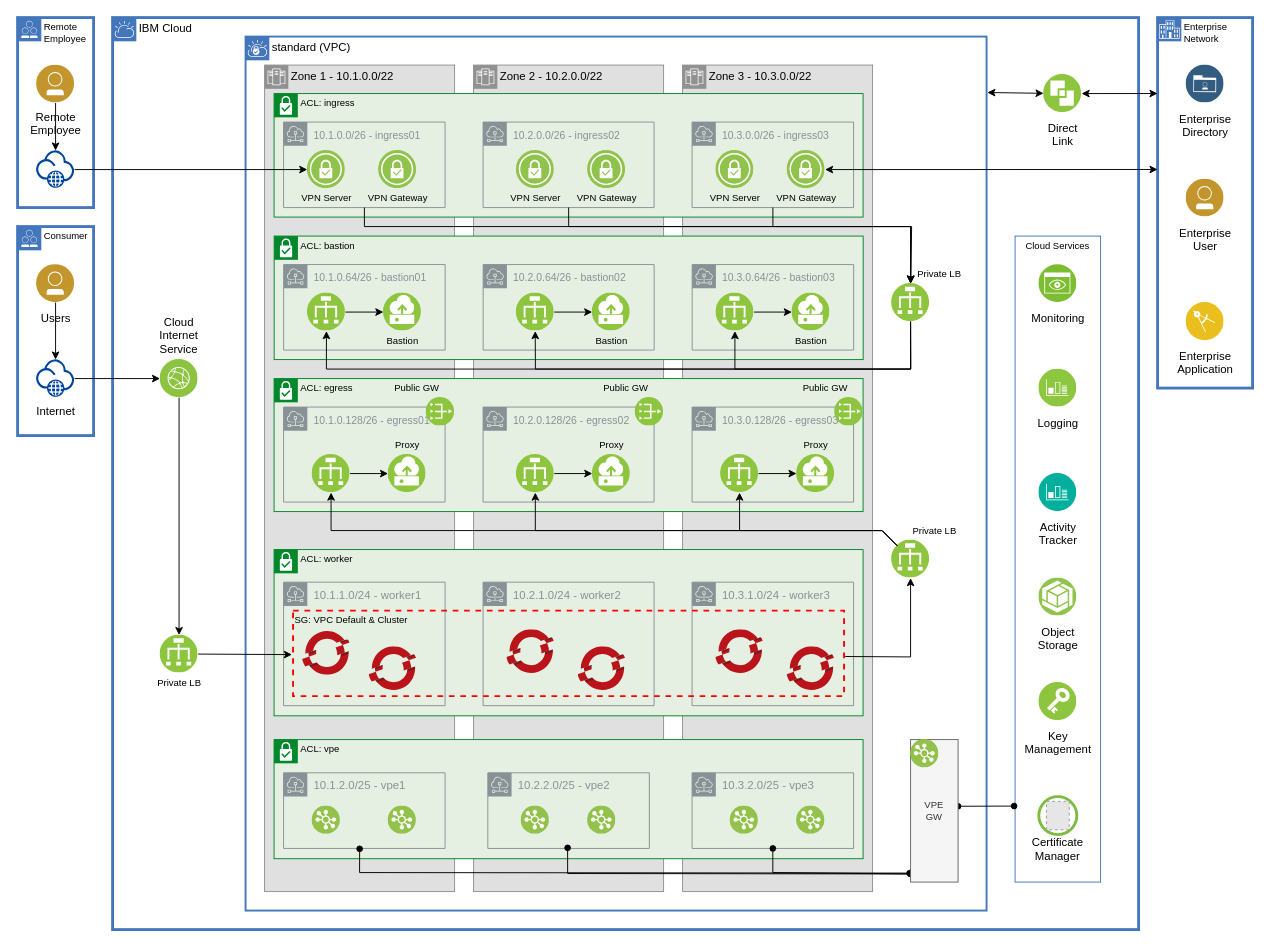
The draw.io diagram page "standard" (1 of 3) of architectures/ibmcloud/ibm-cloud-architecture.drawio in cloud-native-toolkit/automation-solutions, before the edit. Source tidied: cells renumbered, new cells numbered last; positions are measured from the earlier drawing's top-left corner, leaving out a move shared by most shapes. Both pictures are drawn from the tidied source at 95%, with x=0, y=0 at pixel (17, 17). Pictures stored in the file or linked from it are replaced by grey dashed boxes.
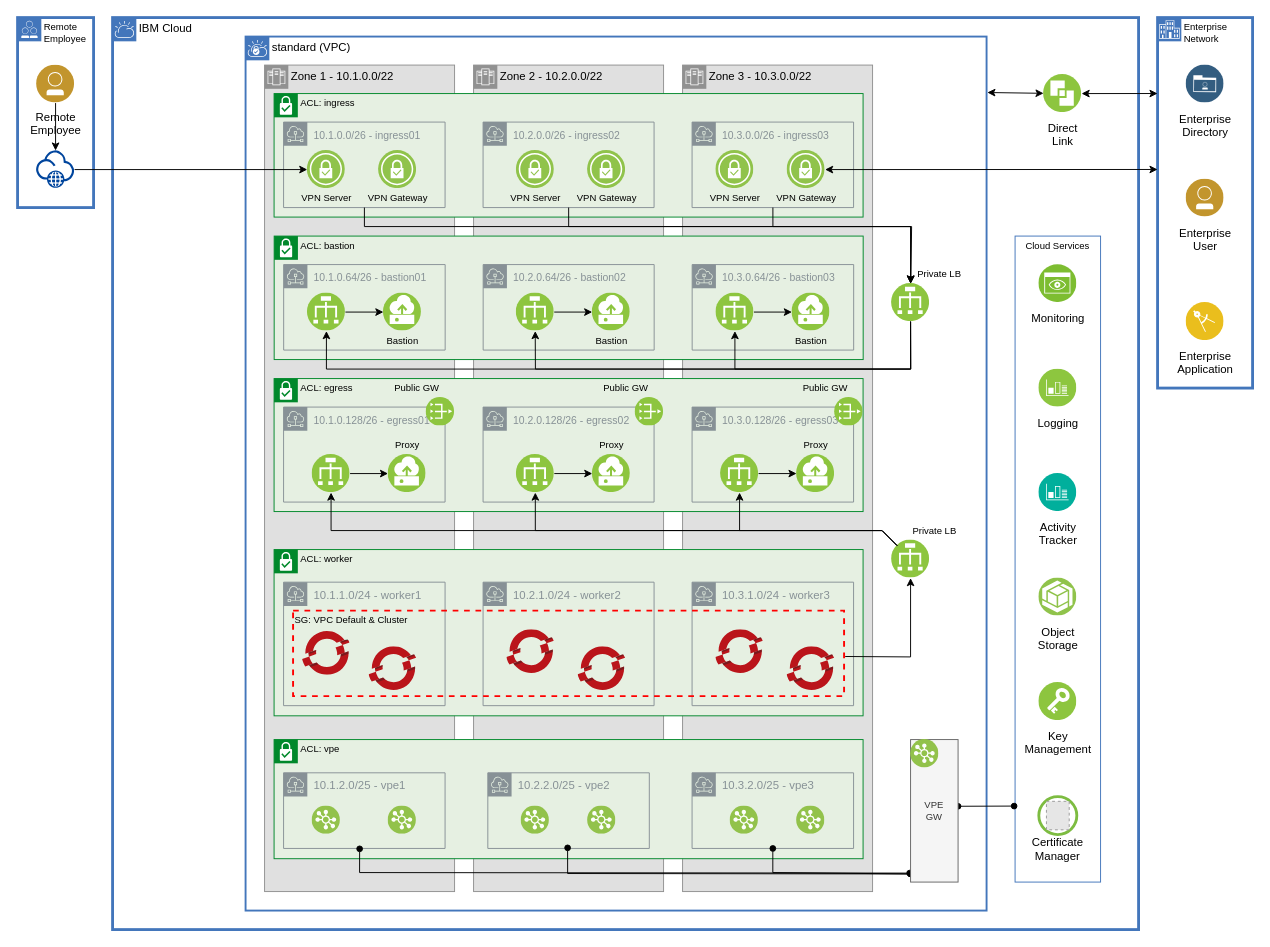
After the change.

The change refers to these unchanged cells:
```xml
<mxCell id="2" value="IBM Cloud" style="shape=mxgraph.ibm.box;prType=cloud;fontStyle=0;verticalAlign=top;align=left;spacingLeft=32;spacingTop=4;fillColor=none;rounded=0;whiteSpace=wrap;html=1;strokeColor=#4376BB;strokeWidth=3;dashed=0;spacing=-4;" parent="1" vertex="1">
  <mxGeometry x="100" width="1080" height="960" as="geometry" />
</mxCell>
<mxCell id="16" value="standard (VPC)" style="shape=mxgraph.ibm.box;prType=vpc;fontStyle=0;verticalAlign=top;align=left;spacingLeft=32;spacingTop=4;fillColor=none;rounded=0;whiteSpace=wrap;html=1;strokeColor=#4376BB;strokeWidth=2;dashed=0;spacing=-4;" parent="1" vertex="1">
  <mxGeometry x="240" y="20" width="780" height="920" as="geometry" />
</mxCell>
<mxCell id="89" value="SG: VPC Default &amp;amp; Cluster" style="fontStyle=0;verticalAlign=top;align=left;spacingTop=-2;fillColor=none;rounded=0;whiteSpace=wrap;html=1;strokeColor=#FF0000;strokeWidth=2;dashed=1;fontSize=10;" parent="16" vertex="1">
  <mxGeometry x="50" y="604.3" width="580" height="90" as="geometry" />
</mxCell>
```

The edit, as a diff of the source:
```diff
@@
-    <mxCell id="3" style="perimeter=ellipsePerimeter;html=1;align=center;shadow=0;dashed=0;fontColor=#4277BB;labelBackgroundColor=#ffffff;fontSize=12;spacingTop=3;image;image=img/lib/ibm/vpc/LoadBalancer.svg;" parent="2" vertex="1">
-      <mxGeometry x="50" y="650" width="40" height="40" as="geometry" />
-    </mxCell>
@@
-    <mxCell id="13" style="perimeter=ellipsePerimeter;html=1;align=center;shadow=0;dashed=0;fontColor=#4277BB;labelBackgroundColor=#ffffff;fontSize=12;spacingTop=3;image;image=img/lib/ibm/infrastructure/edge_services.svg;" parent="2" vertex="1">
-      <mxGeometry x="50" y="360" width="40" height="40" as="geometry" />
-    </mxCell>
-    <mxCell id="14" style="endArrow=classic;html=1;rounded=0;fontSize=12;" parent="2" edge="1" source="13" target="3">
-      <mxGeometry relative="1" as="geometry" />
-    </mxCell>
-    <mxCell id="15" value="Cloud Internet Service" style="text;html=1;strokeColor=none;fillColor=none;align=center;verticalAlign=middle;whiteSpace=wrap;rounded=0;fontSize=12;" parent="2" vertex="1">
-      <mxGeometry x="40" y="310" width="60" height="50" as="geometry" />
-    </mxCell>
@@
-    <mxCell id="84" value="Private LB" style="text;html=1;align=center;verticalAlign=middle;strokeColor=none;fillColor=none;fontSize=10;" parent="16" vertex="1">
-      <mxGeometry x="-100" y="670" width="60" height="20" as="geometry" />
-    </mxCell>
@@
-    <mxCell id="96" style="endArrow=classic;html=1;rounded=0;fontSize=12;entryX=-0.002;entryY=0.514;entryDx=0;entryDy=0;entryPerimeter=0;" parent="16" edge="1" target="89">
-      <mxGeometry relative="1" as="geometry">
-        <mxPoint x="-50" y="650" as="sourcePoint" />
-      </mxGeometry>
-    </mxCell>
@@
-    <mxCell id="98" value="Consumer" style="shape=mxgraph.ibm.box;prType=public;fontStyle=0;verticalAlign=top;align=left;spacingLeft=32;spacingTop=4;fillColor=none;rounded=0;whiteSpace=wrap;html=1;strokeColor=#4376BB;strokeWidth=3;dashed=0;spacing=-4;fontSize=10;" parent="1" vertex="1">
-      <mxGeometry y="220" width="80" height="220" as="geometry" />
-    </mxCell>
-    <mxCell id="99" value="Internet" style="perimeter=ellipsePerimeter;html=1;align=center;shadow=0;dashed=0;labelBackgroundColor=#ffffff;fontSize=12;spacingTop=3;image;image=img/lib/ibm/vpc/Internet.svg;fillColor=#FF0000;spacing=0;" parent="98" vertex="1">
-      <mxGeometry x="20" y="140" width="40" height="40" as="geometry" />
-    </mxCell>
-    <mxCell id="100" value="Users" style="perimeter=ellipsePerimeter;html=1;align=center;shadow=0;dashed=0;labelBackgroundColor=#ffffff;fontSize=12;spacingTop=3;image;image=img/lib/ibm/users/user.svg;fillColor=#FF0000;" parent="1" vertex="1">
-      <mxGeometry x="20" y="260" width="40" height="40" as="geometry" />
-    </mxCell>
-    <mxCell id="101" style="endArrow=classic;html=1;fontSize=10;" parent="1" edge="1" source="100" target="99">
-      <mxGeometry relative="1" as="geometry" />
-    </mxCell>
@@
-    <mxCell id="134" style="endArrow=classic;html=1;rounded=0;fontSize=12;" parent="1" edge="1" source="99" target="13">
-      <mxGeometry relative="1" as="geometry" />
-    </mxCell>
```
